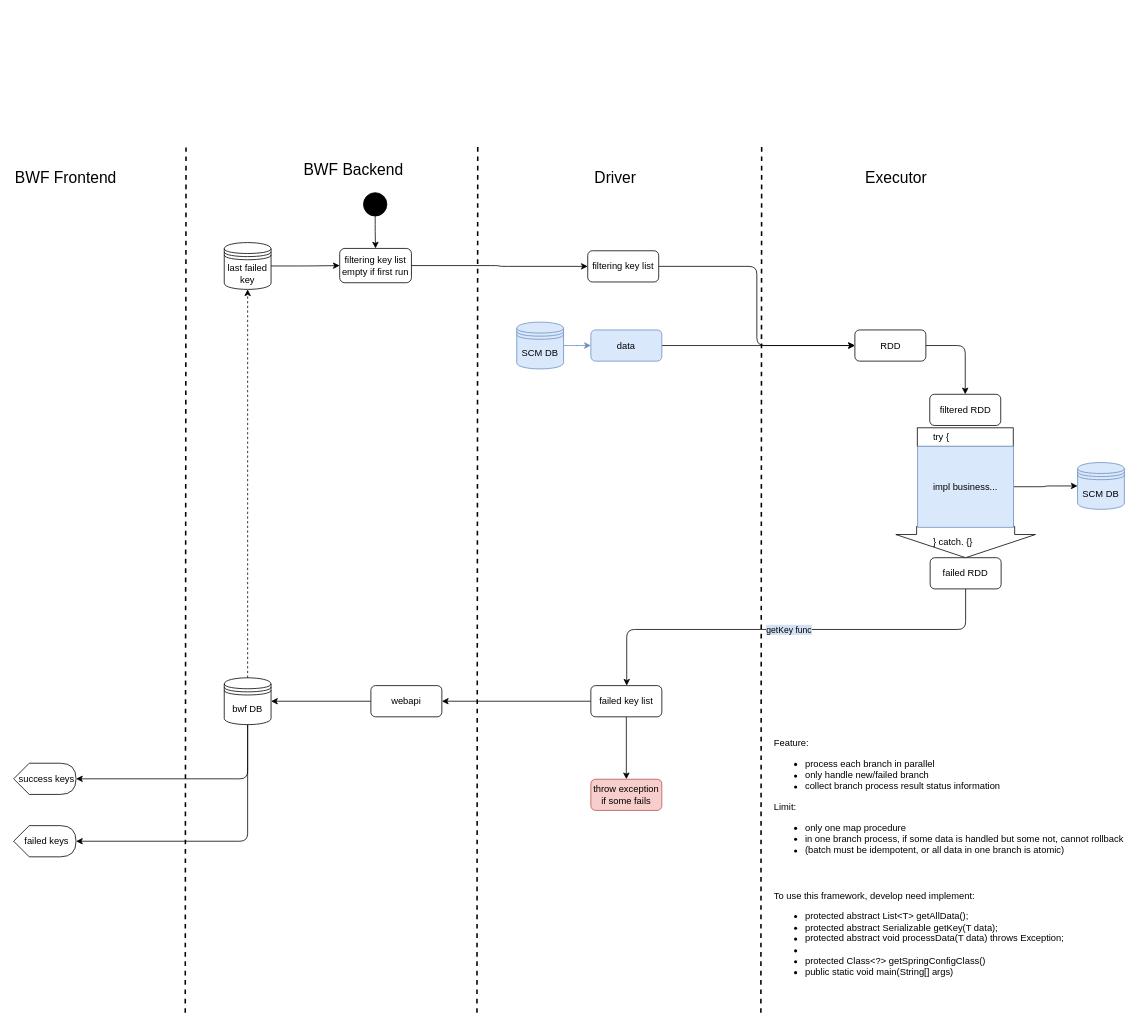
Above: bwf/Transactional spark batch framework.drawio in wzdxt/uml (draw.io), before the change. Source tidied: cells renumbered, new cells numbered last; positions are measured from the earlier drawing's top-left corner, leaving out a move shared by most shapes. Both pictures are drawn from the tidied source at 78%, with x=0, y=0 at pixel (13, 144).
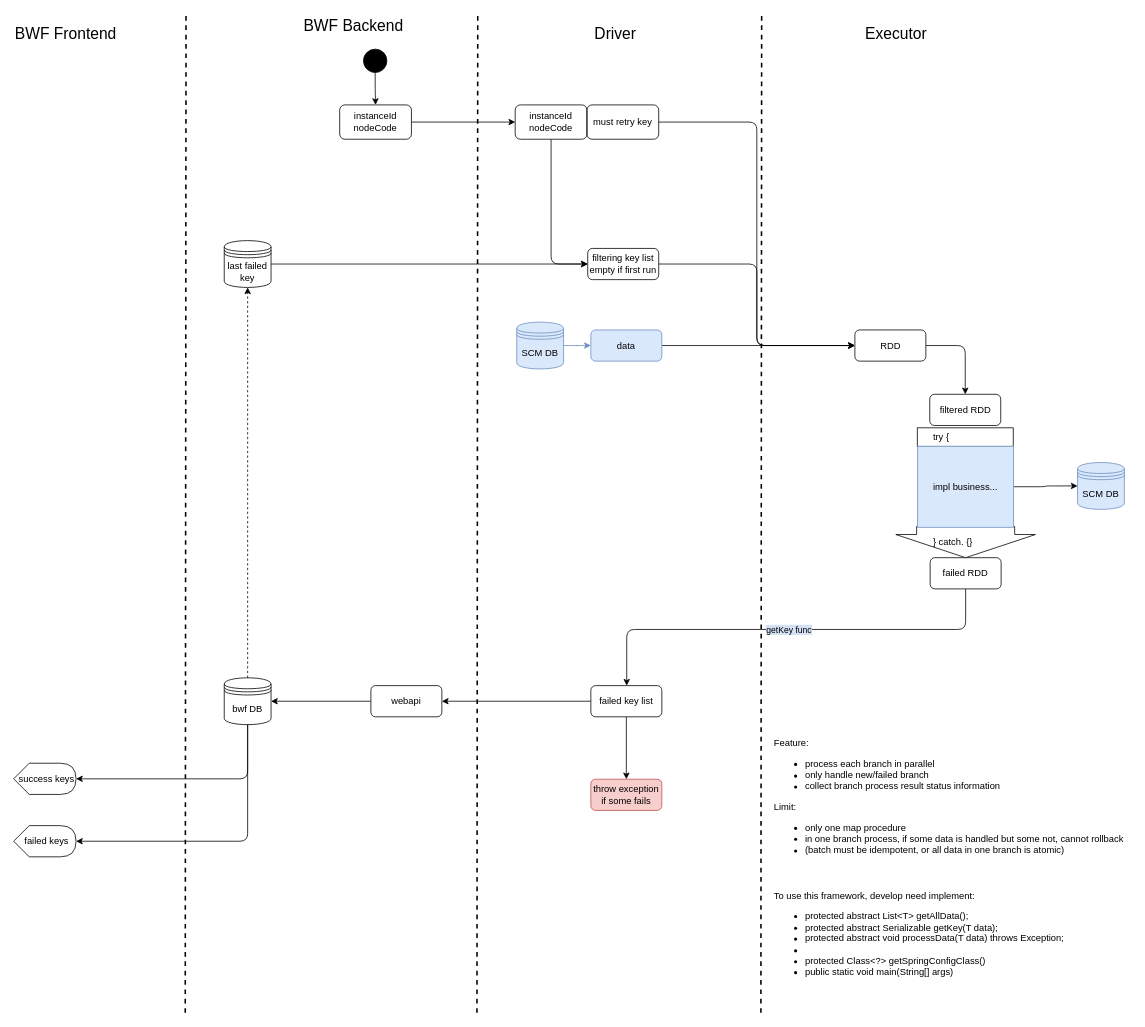
Above is the later version.

The change refers to these unchanged cells:
```xml
<mxCell id="7" value="RDD" style="rounded=1;whiteSpace=wrap;html=1;" parent="1" vertex="1">
  <mxGeometry x="1078.5" y="237.5" width="91" height="40" as="geometry" />
</mxCell>
```

What changed in the source:
```diff
@@
     <mxCell id="2" style="endArrow=none;dashed=1;html=1;strokeWidth=2;" parent="1" edge="1">
       <mxGeometry relative="1" as="geometry">
         <mxPoint x="958" y="1113" as="sourcePoint" />
-        <mxPoint x="959" as="targetPoint" />
+        <mxPoint x="959" y="-167" as="targetPoint" />
       </mxGeometry>
     </mxCell>
@@
-    <mxCell id="4" value="filtering key list" style="rounded=1;whiteSpace=wrap;html=1;" parent="1" vertex="1">
-      <mxGeometry x="736" y="136" width="91" height="40" as="geometry" />
+    <mxCell id="4" value="filtering key list&lt;br&gt;empty if first run" style="rounded=1;whiteSpace=wrap;html=1;" parent="1" vertex="1">
+      <mxGeometry x="736" y="133" width="91" height="40" as="geometry" />
     </mxCell>
@@
-    <mxCell id="14" style="edgeStyle=orthogonalEdgeStyle;rounded=1;jettySize=auto;html=1;strokeColor=#000000;strokeWidth=1;" parent="1" edge="1" source="15" target="19">
-      <mxGeometry relative="1" as="geometry" />
-    </mxCell>
+    <mxCell id="45" style="edgeStyle=orthogonalEdgeStyle;rounded=1;jettySize=auto;html=1;" parent="1" edge="1" source="15" target="4">
+      <mxGeometry relative="1" as="geometry" />
+    </mxCell>
     <mxCell id="15" value="&lt;span style=&quot;white-space: normal&quot;&gt;last failed key&lt;/span&gt;" style="shape=datastore;whiteSpace=wrap;html=1;labelBackgroundColor=none;strokeColor=#000000;strokeWidth=1;fillColor=none;gradientColor=none;align=center;" parent="1" vertex="1">
-      <mxGeometry x="270" y="125.5" width="60" height="60" as="geometry" />
+      <mxGeometry x="270" y="123" width="60" height="60" as="geometry" />
     </mxCell>
@@
     <mxCell id="17" style="ellipse;whiteSpace=wrap;html=1;labelBackgroundColor=none;strokeColor=#000000;strokeWidth=1;fillColor=#000000;gradientColor=none;align=center;" parent="1" vertex="1">
-      <mxGeometry x="448.5" y="61.5" width="30" height="30" as="geometry" />
+      <mxGeometry x="448.5" y="-122.5" width="30" height="30" as="geometry" />
     </mxCell>
-    <mxCell id="18" style="edgeStyle=orthogonalEdgeStyle;rounded=1;jettySize=auto;html=1;strokeColor=#000000;strokeWidth=1;" parent="1" edge="1" source="19" target="4">
-      <mxGeometry relative="1" as="geometry" />
-    </mxCell>
+    <mxCell id="46" style="edgeStyle=orthogonalEdgeStyle;rounded=0;jettySize=auto;html=1;" parent="1" edge="1" source="19" target="48">
+      <mxGeometry relative="1" as="geometry" />
+    </mxCell>
-    <mxCell id="19" value="filtering key list&lt;br&gt;empty if first run" style="rounded=1;whiteSpace=wrap;html=1;labelBackgroundColor=none;strokeColor=#000000;strokeWidth=1;fillColor=none;gradientColor=none;align=center;" parent="1" vertex="1">
-      <mxGeometry x="418" y="133" width="92" height="44" as="geometry" />
+    <mxCell id="19" value="instanceId&lt;br&gt;nodeCode" style="rounded=1;whiteSpace=wrap;html=1;labelBackgroundColor=none;strokeColor=#000000;strokeWidth=1;fillColor=none;gradientColor=none;align=center;" parent="1" vertex="1">
+      <mxGeometry x="418" y="-51" width="92" height="44" as="geometry" />
     </mxCell>
+    <mxCell id="47" style="edgeStyle=orthogonalEdgeStyle;rounded=1;jettySize=auto;html=1;entryX=0;entryY=0.5;entryDx=0;entryDy=0;exitX=0.5;exitY=1;exitDx=0;exitDy=0;" parent="1" edge="1" source="48" target="4">
+      <mxGeometry relative="1" as="geometry" />
+    </mxCell>
+    <mxCell id="48" value="instanceId&lt;br&gt;nodeCode" style="rounded=1;whiteSpace=wrap;html=1;labelBackgroundColor=none;strokeColor=#000000;strokeWidth=1;fillColor=none;gradientColor=none;align=center;" parent="1" vertex="1">
+      <mxGeometry x="643" y="-51" width="92" height="44" as="geometry" />
+    </mxCell>
     <mxCell id="20" style="endArrow=none;dashed=1;html=1;strokeWidth=2;" parent="1" edge="1">
       <mxGeometry relative="1" as="geometry">
         <mxPoint x="594" y="1113" as="sourcePoint" />
-        <mxPoint x="595" as="targetPoint" />
+        <mxPoint x="595" y="-167" as="targetPoint" />
       </mxGeometry>
     </mxCell>
@@
     <mxCell id="22" value="&lt;font style=&quot;font-size: 20px&quot;&gt;BWF Backend&lt;/font&gt;" style="text;html=1;align=left;verticalAlign=top;spacingTop=-4;" parent="1" vertex="1">
-      <mxGeometry x="370" y="17" width="140" height="20" as="geometry" />
+      <mxGeometry x="370" y="-167" width="140" height="20" as="geometry" />
     </mxCell>
     <mxCell id="23" value="&lt;font style=&quot;font-size: 20px&quot;&gt;Driver&lt;/font&gt;" style="text;html=1;align=left;verticalAlign=top;spacingTop=-4;" parent="1" vertex="1">
-      <mxGeometry x="743" y="27" width="70" height="20" as="geometry" />
+      <mxGeometry x="743" y="-157" width="70" height="20" as="geometry" />
     </mxCell>
     <mxCell id="24" value="&lt;font style=&quot;font-size: 20px&quot;&gt;Executor&lt;/font&gt;" style="text;html=1;align=left;verticalAlign=top;spacingTop=-4;" parent="1" vertex="1">
-      <mxGeometry x="1089.5" y="27" width="90" height="20" as="geometry" />
+      <mxGeometry x="1089.5" y="-157" width="90" height="20" as="geometry" />
     </mxCell>
@@
     <mxCell id="39" style="endArrow=none;dashed=1;html=1;strokeWidth=2;" parent="1" edge="1">
       <mxGeometry relative="1" as="geometry">
         <mxPoint x="220" y="1113" as="sourcePoint" />
-        <mxPoint x="221" y="3.5" as="targetPoint" />
+        <mxPoint x="221" y="-167" as="targetPoint" />
       </mxGeometry>
     </mxCell>
     <mxCell id="40" value="&lt;font style=&quot;font-size: 20px&quot;&gt;BWF Frontend&lt;br&gt;&lt;/font&gt;" style="text;html=1;align=left;verticalAlign=top;spacingTop=-4;" parent="1" vertex="1">
-      <mxGeometry y="27" width="150" height="20" as="geometry" />
+      <mxGeometry y="-157" width="150" height="20" as="geometry" />
     </mxCell>
@@
+    <mxCell id="49" style="edgeStyle=orthogonalEdgeStyle;rounded=1;jettySize=auto;html=1;entryX=0;entryY=0.5;entryDx=0;entryDy=0;" parent="1" edge="1" source="50" target="7">
+      <mxGeometry relative="1" as="geometry" />
+    </mxCell>
+    <mxCell id="50" value="must retry key" style="rounded=1;whiteSpace=wrap;html=1;labelBackgroundColor=none;strokeColor=#000000;strokeWidth=1;fillColor=none;gradientColor=none;align=center;" parent="1" vertex="1">
+      <mxGeometry x="735" y="-51" width="92" height="44" as="geometry" />
+    </mxCell>
```
